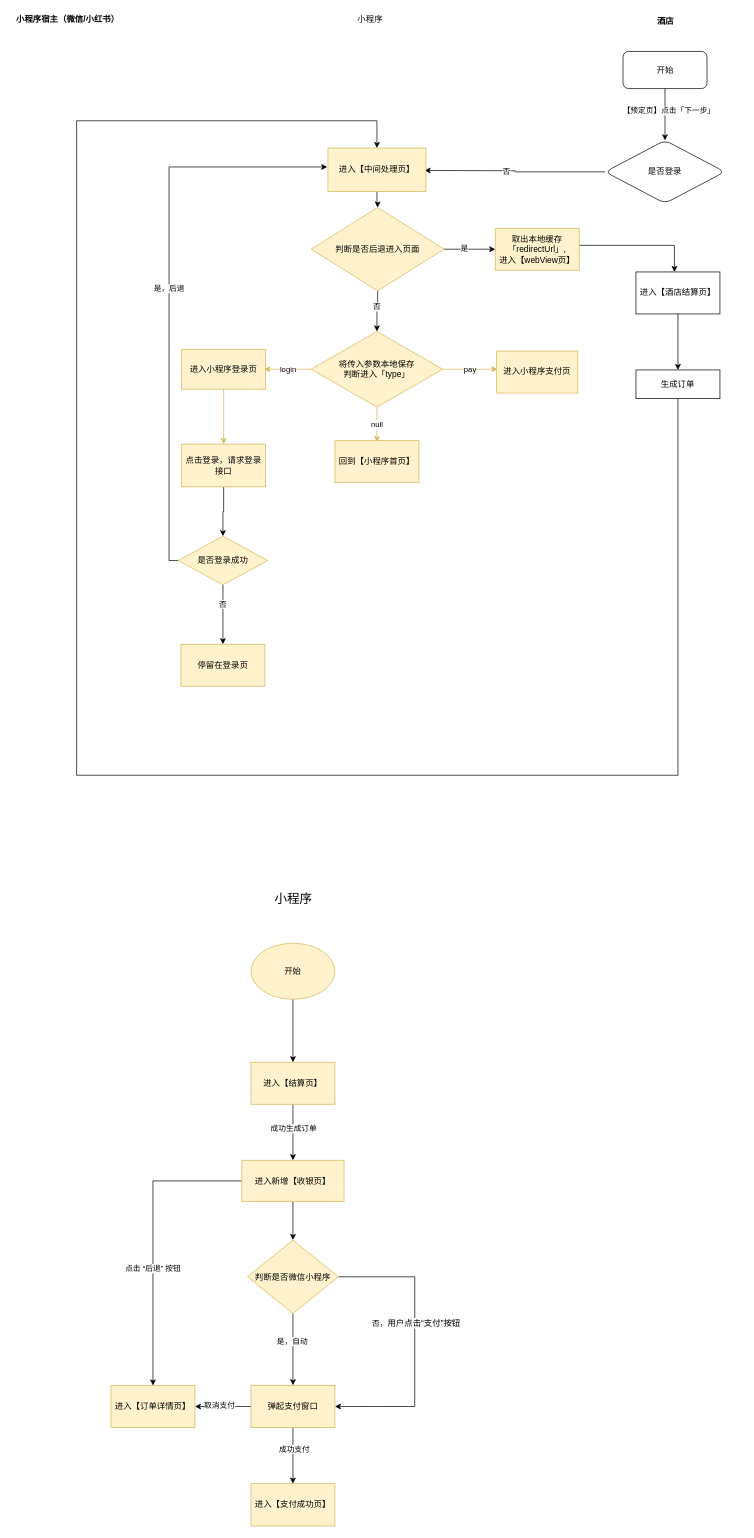
This is Untitled Diagram.drawio from dandelion-Chen/Tool, a draw.io file, before an edit. Source tidied: cells renumbered, new cells numbered last; positions are measured from the earlier drawing's top-left corner, leaving out a move shared by most shapes. Both pictures are drawn from the tidied source at 70%, with x=0, y=0 at pixel (12, 12).
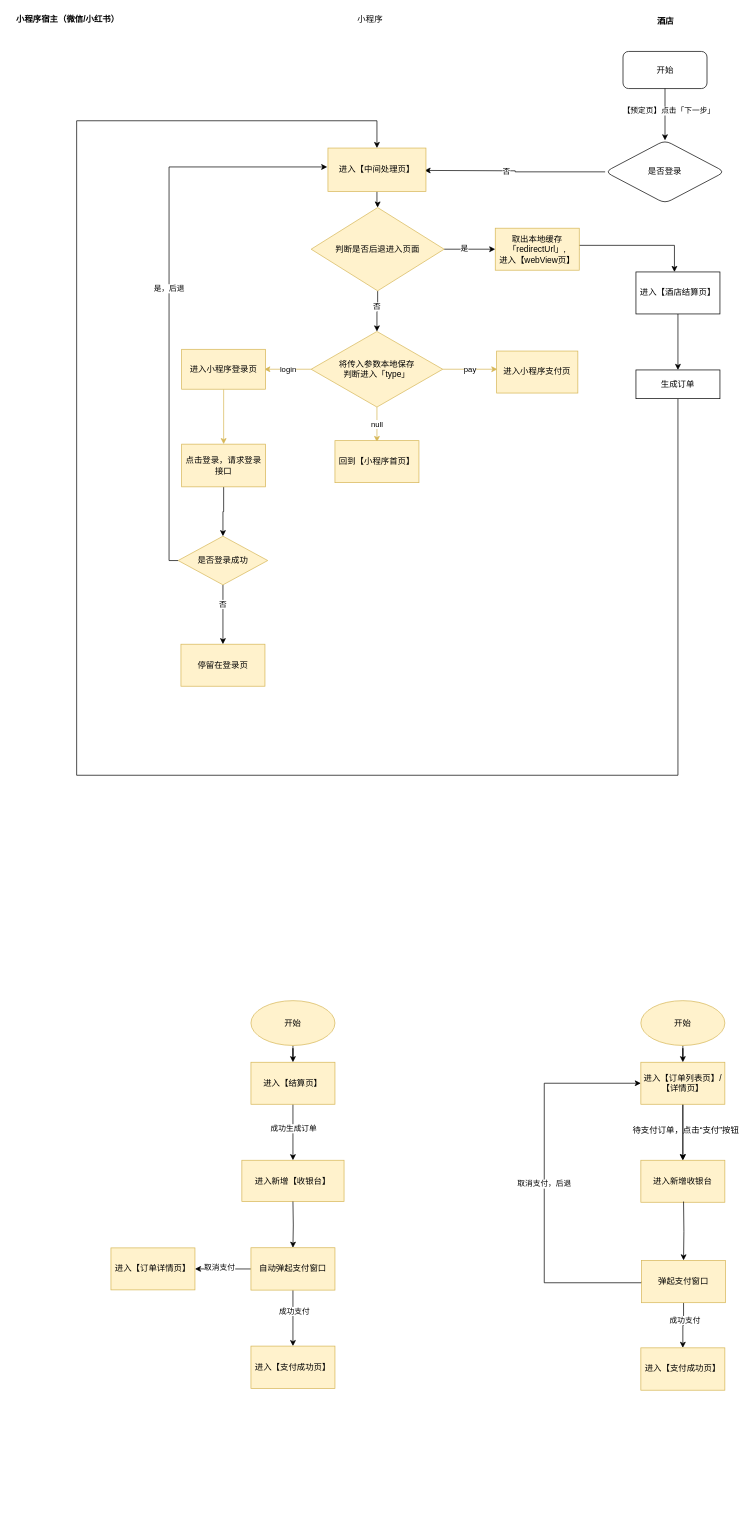
Above is the later version.

What changed in the source:
```diff
@@
-    <mxCell id="39" value="&lt;font style=&quot;font-size: 18px&quot;&gt;小程序&lt;/font&gt;" style="text;html=1;strokeColor=none;fillColor=none;align=center;verticalAlign=middle;whiteSpace=wrap;rounded=0;" parent="1" vertex="1">
-      <mxGeometry x="353" y="1239" width="98" height="56" as="geometry" />
-    </mxCell>
@@
     <mxCell id="41" value="开始" style="ellipse;whiteSpace=wrap;html=1;fillColor=#fff2cc;strokeColor=#d6b656;" parent="1" vertex="1">
-      <mxGeometry x="341" y="1330" width="120" height="80" as="geometry" />
+      <mxGeometry x="341" y="1412" width="120" height="64" as="geometry" />
     </mxCell>
@@
-    <mxCell id="45" style="edgeStyle=orthogonalEdgeStyle;rounded=0;jettySize=auto;html=1;" parent="1" edge="1" source="48" target="53">
-      <mxGeometry relative="1" as="geometry" />
-    </mxCell>
-    <mxCell id="46" style="edgeStyle=orthogonalEdgeStyle;rounded=0;jettySize=auto;html=1;entryX=0.5;entryY=0;entryDx=0;entryDy=0;" parent="1" edge="1" source="48" target="60">
-      <mxGeometry relative="1" as="geometry" />
-    </mxCell>
-    <mxCell id="47" value="点击 “后退” 按钮" style="edgeLabel;html=1;align=center;verticalAlign=middle;" parent="46" vertex="1">
-      <mxGeometry x="0.2" y="-1" relative="1" as="geometry" />
-    </mxCell>
-    <mxCell id="48" value="进入新增【收银页】" style="whiteSpace=wrap;html=1;strokeColor=#d6b656;fillColor=#fff2cc;" parent="1" vertex="1">
+    <mxCell id="48" value="进入新增【收银台】" style="whiteSpace=wrap;html=1;strokeColor=#d6b656;fillColor=#fff2cc;" parent="1" vertex="1">
       <mxGeometry x="328" y="1640" width="146" height="59" as="geometry" />
     </mxCell>
-    <mxCell id="49" style="edgeStyle=orthogonalEdgeStyle;rounded=0;jettySize=auto;html=1;" parent="1" edge="1" source="53" target="58">
-      <mxGeometry relative="1" as="geometry" />
+    <mxCell id="49" style="edgeStyle=orthogonalEdgeStyle;rounded=0;jettySize=auto;html=1;" parent="1" edge="1" target="58">
+      <mxGeometry relative="1" as="geometry">
+        <mxPoint x="401" y="1699" as="sourcePoint" />
+      </mxGeometry>
     </mxCell>
-    <mxCell id="50" value="是，自动" style="edgeLabel;html=1;align=center;verticalAlign=middle;" parent="49" vertex="1">
-      <mxGeometry x="-0.24" y="-2" relative="1" as="geometry" />
-    </mxCell>
-    <mxCell id="51" style="edgeStyle=orthogonalEdgeStyle;rounded=0;jettySize=auto;html=1;entryX=1;entryY=0.5;entryDx=0;entryDy=0;exitX=1;exitY=0.5;exitDx=0;exitDy=0;" parent="1" edge="1" source="53" target="58">
-      <mxGeometry relative="1" as="geometry">
-        <Array as="points">
-          <mxPoint x="575" y="1807" />
-          <mxPoint x="575" y="1992" />
-        </Array>
-      </mxGeometry>
-    </mxCell>
-    <mxCell id="52" value="否，&lt;span style=&quot;font-size: 12px ; background-color: rgb(248 , 249 , 250)&quot;&gt;用户点击“支付”按钮&lt;/span&gt;" style="edgeLabel;html=1;align=center;verticalAlign=middle;" parent="51" vertex="1">
-      <mxGeometry x="-0.15" y="1" relative="1" as="geometry">
-        <mxPoint y="1" as="offset" />
-      </mxGeometry>
-    </mxCell>
-    <mxCell id="53" value="判断是否微信小程序" style="rhombus;whiteSpace=wrap;html=1;strokeColor=#d6b656;fillColor=#fff2cc;" parent="1" vertex="1">
-      <mxGeometry x="336" y="1754" width="130" height="105" as="geometry" />
-    </mxCell>
@@
-    <mxCell id="58" value="弹起支付窗口" style="whiteSpace=wrap;html=1;strokeColor=#d6b656;fillColor=#fff2cc;" parent="1" vertex="1">
-      <mxGeometry x="341" y="1961.5" width="120" height="60.5" as="geometry" />
+    <mxCell id="58" value="自动弹起支付窗口" style="whiteSpace=wrap;html=1;strokeColor=#d6b656;fillColor=#fff2cc;" parent="1" vertex="1">
+      <mxGeometry x="341" y="1765" width="120" height="60.5" as="geometry" />
     </mxCell>
     <mxCell id="59" value="进入【支付成功页】" style="whiteSpace=wrap;html=1;strokeColor=#d6b656;fillColor=#fff2cc;" parent="1" vertex="1">
-      <mxGeometry x="341" y="2102" width="120" height="60.5" as="geometry" />
+      <mxGeometry x="341" y="1905.5" width="120" height="60.5" as="geometry" />
     </mxCell>
     <mxCell id="60" value="进入【订单详情页】" style="whiteSpace=wrap;html=1;strokeColor=#d6b656;fillColor=#fff2cc;" parent="1" vertex="1">
-      <mxGeometry x="141" y="1961.8" width="120" height="60" as="geometry" />
+      <mxGeometry x="141" y="1765.2" width="120" height="60" as="geometry" />
     </mxCell>
+    <mxCell id="61" style="edgeStyle=orthogonalEdgeStyle;rounded=0;jettySize=auto;html=1;" parent="1" edge="1" source="62" target="65">
+      <mxGeometry relative="1" as="geometry" />
+    </mxCell>
+    <mxCell id="62" value="开始" style="ellipse;whiteSpace=wrap;html=1;fillColor=#fff2cc;strokeColor=#d6b656;" parent="1" vertex="1">
+      <mxGeometry x="898" y="1412" width="120" height="64" as="geometry" />
+    </mxCell>
+    <mxCell id="63" style="edgeStyle=orthogonalEdgeStyle;rounded=0;jettySize=auto;html=1;" parent="1" edge="1" source="65" target="66">
+      <mxGeometry relative="1" as="geometry" />
+    </mxCell>
+    <mxCell id="64" style="edgeStyle=orthogonalEdgeStyle;rounded=0;jettySize=auto;html=1;" parent="1" edge="1" source="65" target="66">
+      <mxGeometry relative="1" as="geometry" />
+    </mxCell>
+    <mxCell id="65" value="进入【订单列表页】/ 【详情页】" style="whiteSpace=wrap;html=1;strokeColor=#d6b656;fillColor=#fff2cc;" parent="1" vertex="1">
+      <mxGeometry x="898" y="1500" width="120" height="60" as="geometry" />
+    </mxCell>
+    <mxCell id="66" value="进入新增收银台" style="whiteSpace=wrap;html=1;strokeColor=#d6b656;fillColor=#fff2cc;" parent="1" vertex="1">
+      <mxGeometry x="898" y="1640" width="120" height="60" as="geometry" />
+    </mxCell>
+    <mxCell id="67" value="待支付订单，点击“支付”按钮" style="text;html=1;align=center;verticalAlign=middle;" parent="1" vertex="1">
+      <mxGeometry x="881" y="1588" width="162" height="18" as="geometry" />
+    </mxCell>
+    <mxCell id="68" style="edgeStyle=orthogonalEdgeStyle;rounded=0;jettySize=auto;html=1;" parent="1" edge="1" target="72">
+      <mxGeometry relative="1" as="geometry">
+        <mxPoint x="959" y="1699" as="sourcePoint" />
+      </mxGeometry>
+    </mxCell>
+    <mxCell id="69" style="edgeStyle=orthogonalEdgeStyle;rounded=0;jettySize=auto;html=1;" parent="1" edge="1" source="72" target="73">
+      <mxGeometry relative="1" as="geometry" />
+    </mxCell>
+    <mxCell id="70" value="成功支付" style="edgeLabel;html=1;align=center;verticalAlign=middle;" parent="69" vertex="1">
+      <mxGeometry x="-0.25" y="1" relative="1" as="geometry" />
+    </mxCell>
+    <mxCell id="71" value="取消支付，后退" style="edgeStyle=orthogonalEdgeStyle;rounded=0;jettySize=auto;html=1;exitX=0;exitY=0.5;exitDx=0;exitDy=0;entryX=0;entryY=0.5;entryDx=0;entryDy=0;" parent="1" edge="1" source="72" target="65">
+      <mxGeometry relative="1" as="geometry">
+        <Array as="points">
+          <mxPoint x="760" y="1815" />
+          <mxPoint x="760" y="1530" />
+        </Array>
+      </mxGeometry>
+    </mxCell>
+    <mxCell id="72" value="弹起支付窗口" style="whiteSpace=wrap;html=1;strokeColor=#d6b656;fillColor=#fff2cc;" parent="1" vertex="1">
+      <mxGeometry x="899" y="1783" width="120" height="60.5" as="geometry" />
+    </mxCell>
+    <mxCell id="73" value="进入【支付成功页】" style="whiteSpace=wrap;html=1;strokeColor=#d6b656;fillColor=#fff2cc;" parent="1" vertex="1">
+      <mxGeometry x="898" y="1908" width="120" height="60.5" as="geometry" />
+    </mxCell>
```
